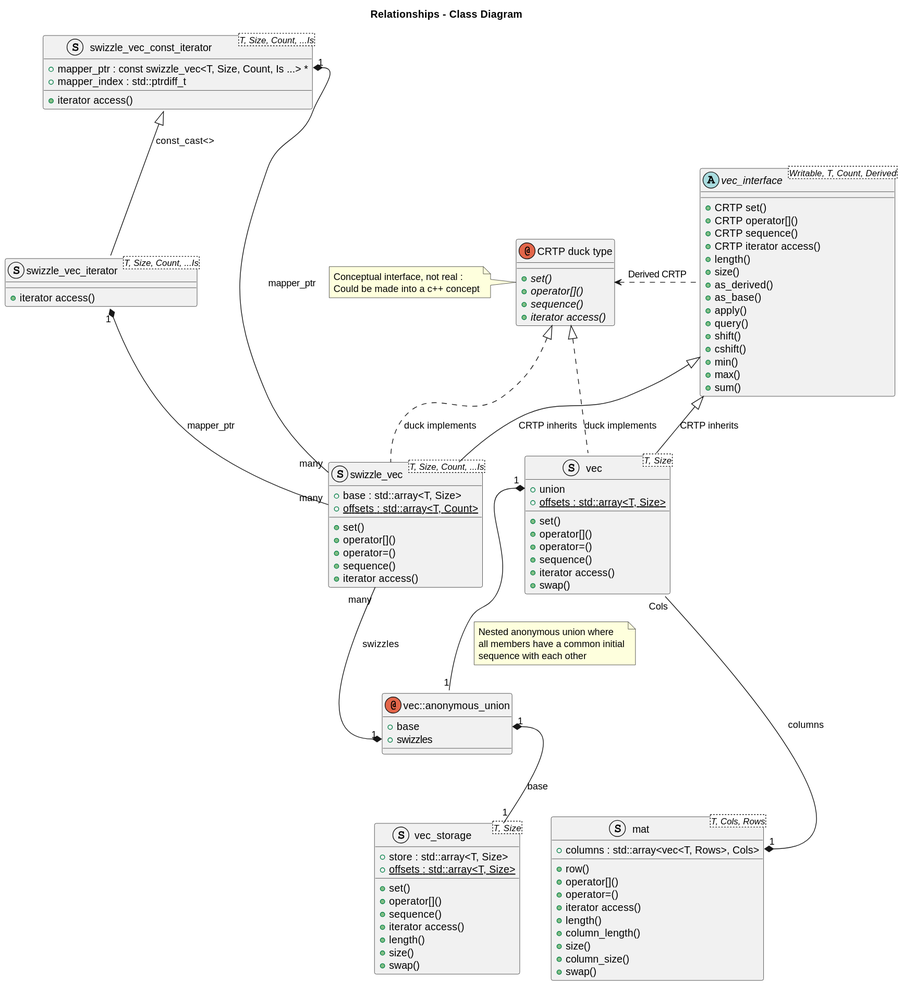
Earlier version of the PlantUML export docs/dsga.svg (davidbrowne/dsga).
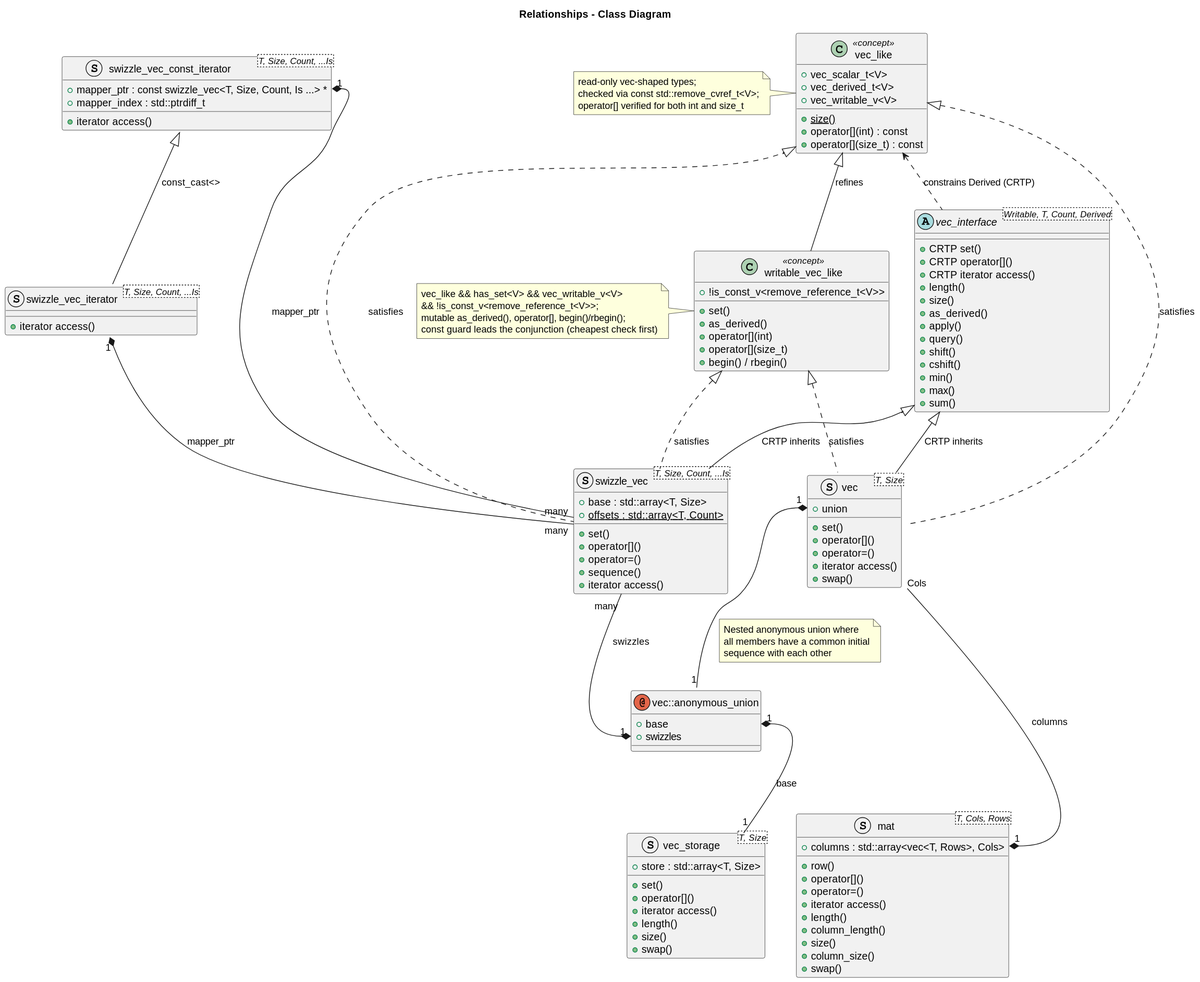
After the commit.

What changed in the source:
```diff
@@ -1,26 +1,43 @@
 @startuml
 	title Relationships - Class Diagram
-	annotation "CRTP duck type"
+	class "vec_like" <<concept>>
 	{
-		+ {abstract} set()
-		+ {abstract} operator[]()
-		+ {abstract} sequence()
-		+ {abstract} iterator access()
+		+ vec_scalar_t<V>
+		+ vec_derived_t<V>
+		+ vec_writable_v<V>
+		+ {static} size()
+		+ operator[](int) : const
+		+ operator[](size_t) : const
 	}
-	note left of "CRTP duck type"
-		Conceptual interface, not real :
-		Could be made into a c++ concept
+	class "writable_vec_like" <<concept>>
+	{
+		+ !is_const_v<remove_reference_t<V>>
+		+ set()
+		+ as_derived()
+		+ operator[](int)
+		+ operator[](size_t)
+		+ begin() / rbegin()
+	}
+	note left of "vec_like"
+		read-only vec-shaped types;
+		checked via const std::remove_cvref_t<V>;
+		operator[] verified for both int and size_t
 	end note
+	note left of "writable_vec_like"
+		vec_like && has_set<V> && vec_writable_v<V>
+		&& !is_const_v<remove_reference_t<V>>;
+		mutable as_derived(), operator[], begin()/rbegin();
+		const guard leads the conjunction (cheapest check first)
+	end note
+	"vec_like" <|-- "writable_vec_like" : refines
 	abstract vec_interface <Writable, T, Count, Derived>
 	{
 		+ CRTP set()
 		+ CRTP operator[]()
-		+ CRTP sequence()
 		+ CRTP iterator access()
 		+ length()
 		+ size()
 		+ as_derived()
-		+ as_base()
 		+ apply()
 		+ query()
 		+ shift()
@@ -42,11 +59,9 @@
 	struct vec<T, Size>
 	{
 		+ union
-		+ {static} offsets : std::array<T, Size>
 		+ set()
 		+ operator[]()
 		+ operator=()
-		+ sequence()
 		+ iterator access()
 		+ swap()
 	}
@@ -58,10 +73,8 @@
 	struct vec_storage<T, Size>
 	{
 		+ store : std::array<T, Size>
-		+ {static} offsets : std::array<T, Size>
 		+ set()
 		+ operator[]()
-		+ sequence()
 		+ iterator access()
 		+ length()
 		+ size()
@@ -93,8 +106,10 @@
 	vec_interface <|-- vec: CRTP inherits
 	vec_interface <|-- swizzle_vec : CRTP inherits
 	swizzle_vec_const_iterator <|-- swizzle_vec_iterator : const_cast<>
-	"CRTP duck type" ^.. vec : duck implements
-	"CRTP duck type" ^.. swizzle_vec : duck implements
+	"vec_like" ^.. vec : satisfies
+	"vec_like" ^.. swizzle_vec : satisfies
+	"writable_vec_like" ^.. vec : satisfies
+	"writable_vec_like" ^.. swizzle_vec : satisfies
 	vec::anonymous_union::base "1" *-- "1" vec_storage : base
 	vec::anonymous_union::swizzles "1" *-- "many" swizzle_vec : swizzles
 	vec::union "1" *-- "1" vec::anonymous_union
@@ -105,7 +120,7 @@
 	end note
 	swizzle_vec_const_iterator::mapper_ptr "1" *-- "many" swizzle_vec : mapper_ptr
 	swizzle_vec_iterator::mapper_ptr "1" *-- "many" swizzle_vec : mapper_ptr
-	"CRTP duck type" <. vec_interface : Derived CRTP
+	"vec_like" <. vec_interface : constrains Derived (CRTP)
 	mat::columns "1" *-- "Cols" vec : columns
 	vec -[hidden]left- swizzle_vec
 	vec_storage .[hidden]right. mat
```
